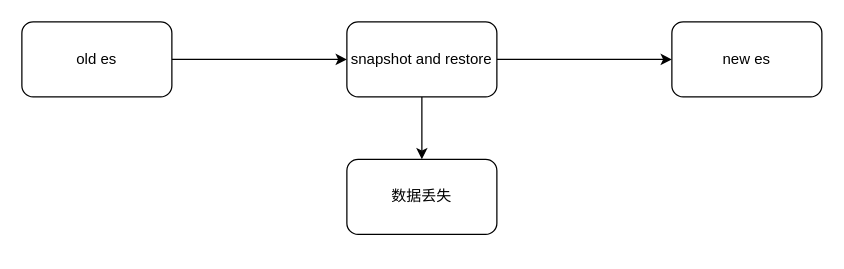
wupei-w/diagrams keeps this draw.io diagram as ES更新.drawio. Above is the earlier version. Source tidied: cells renumbered, new cells numbered last; positions are measured from the earlier drawing's top-left corner, leaving out a move shared by most shapes. Both pictures are drawn from the tidied source at 125%, with x=0, y=0 at pixel (21, 21).
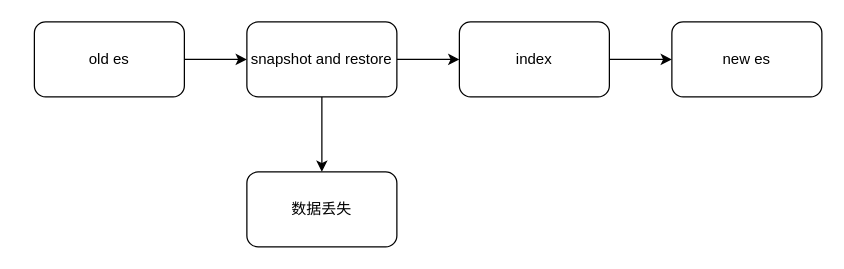
After the change.

Diff of the diagram source:
```diff
@@
 <mxGraphModel>
   <root>
     <mxCell id="0" />
     <mxCell id="1" parent="0" />
-    <mxCell id="2" style="edgeStyle=orthogonalEdgeStyle;rounded=0;jettySize=auto;html=1;exitX=1;exitY=0.5;exitDx=0;exitDy=0;entryX=0;entryY=0.5;entryDx=0;entryDy=0;" parent="1" edge="1" source="4" target="7">
-      <mxGeometry relative="1" as="geometry" />
-    </mxCell>
     <mxCell id="3" style="edgeStyle=orthogonalEdgeStyle;rounded=0;jettySize=auto;html=1;exitX=0.5;exitY=1;exitDx=0;exitDy=0;" parent="1" edge="1" source="4" target="8">
       <mxGeometry relative="1" as="geometry" />
     </mxCell>
+    <mxCell id="9" style="edgeStyle=orthogonalEdgeStyle;rounded=0;jettySize=auto;html=1;exitX=1;exitY=0.5;exitDx=0;exitDy=0;entryX=0;entryY=0.5;entryDx=0;entryDy=0;" parent="1" edge="1" source="4" target="11">
+      <mxGeometry relative="1" as="geometry" />
+    </mxCell>
     <mxCell id="4" value="snapshot and restore" style="rounded=1;whiteSpace=wrap;html=1;" parent="1" vertex="1">
-      <mxGeometry x="260" width="120" height="60" as="geometry" />
+      <mxGeometry x="180" width="120" height="60" as="geometry" />
     </mxCell>
     <mxCell id="5" style="edgeStyle=orthogonalEdgeStyle;rounded=0;jettySize=auto;html=1;exitX=1;exitY=0.5;exitDx=0;exitDy=0;entryX=0;entryY=0.5;entryDx=0;entryDy=0;" parent="1" edge="1" source="6" target="4">
       <mxGeometry relative="1" as="geometry" />
     </mxCell>
     <mxCell id="6" value="old es" style="rounded=1;whiteSpace=wrap;html=1;" parent="1" vertex="1">
-      <mxGeometry width="120" height="60" as="geometry" />
+      <mxGeometry x="10" width="120" height="60" as="geometry" />
     </mxCell>
     <mxCell id="7" value="new es" style="rounded=1;whiteSpace=wrap;html=1;" parent="1" vertex="1">
       <mxGeometry x="520" width="120" height="60" as="geometry" />
     </mxCell>
     <mxCell id="8" value="数据丢失" style="rounded=1;whiteSpace=wrap;html=1;" parent="1" vertex="1">
-      <mxGeometry x="260" y="110" width="120" height="60" as="geometry" />
+      <mxGeometry x="180" y="120" width="120" height="60" as="geometry" />
     </mxCell>
+    <mxCell id="10" style="edgeStyle=orthogonalEdgeStyle;rounded=0;jettySize=auto;html=1;exitX=1;exitY=0.5;exitDx=0;exitDy=0;" parent="1" edge="1" source="11" target="7">
+      <mxGeometry relative="1" as="geometry" />
+    </mxCell>
+    <mxCell id="11" value="index" style="rounded=1;whiteSpace=wrap;html=1;" parent="1" vertex="1">
+      <mxGeometry x="350" width="120" height="60" as="geometry" />
+    </mxCell>
   </root>
 </mxGraphModel>
```
